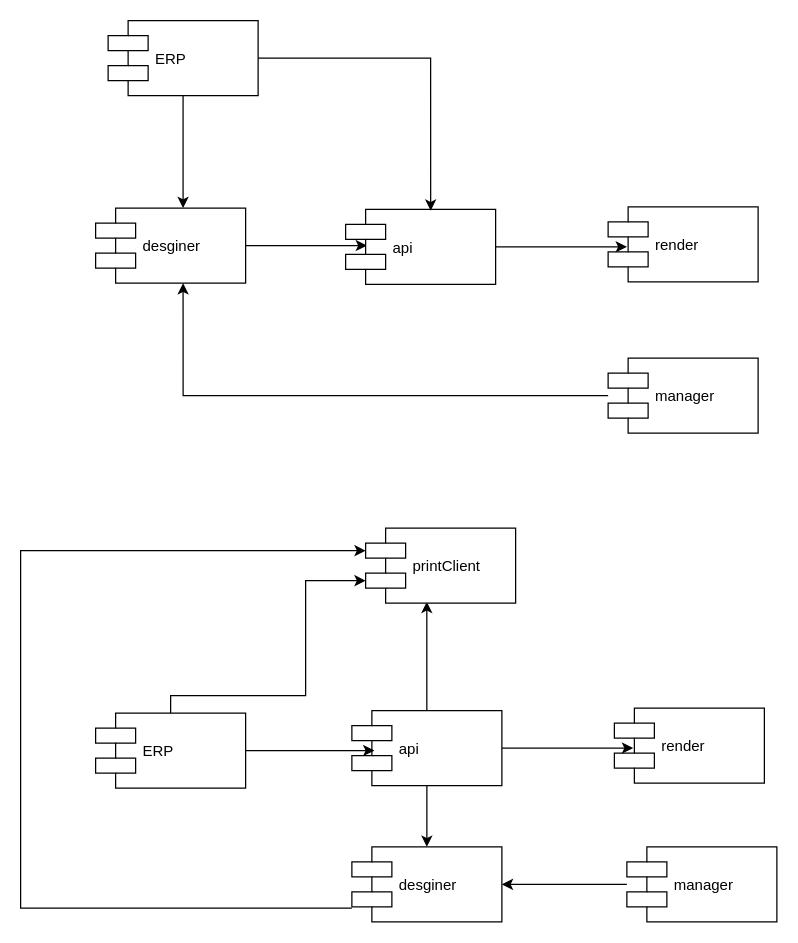
This is page "Page-1" (1 of 9) of teemodesigner.drawio from mashifei/uml, a draw.io file, before an edit. Source tidied: cells renumbered, new cells numbered last; positions are measured from the earlier drawing's top-left corner, leaving out a move shared by most shapes. Both pictures are drawn from the tidied source at 125%, with x=0, y=0 at pixel (20, 20).
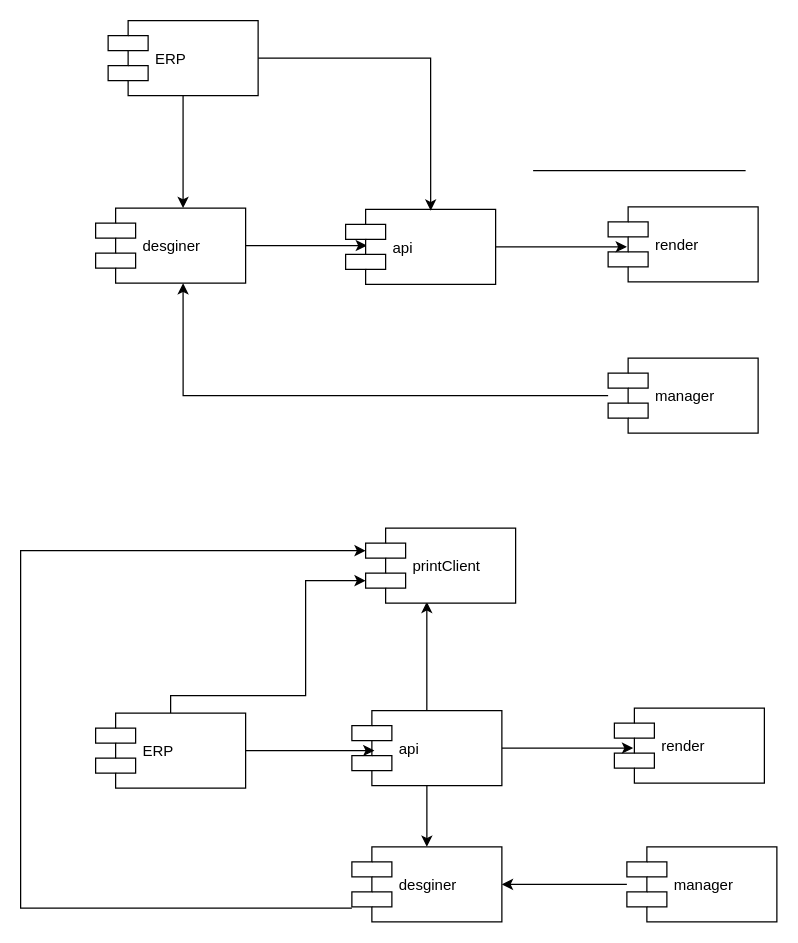
The same diagram, later.

Change to the diagram source:
```diff
@@
+    <mxCell id="25" style="endArrow=none;html=1;" parent="1" edge="1">
+      <mxGeometry relative="1" as="geometry">
+        <mxPoint x="410" y="120" as="sourcePoint" />
+        <mxPoint x="580" y="120" as="targetPoint" />
+      </mxGeometry>
+    </mxCell>
```
